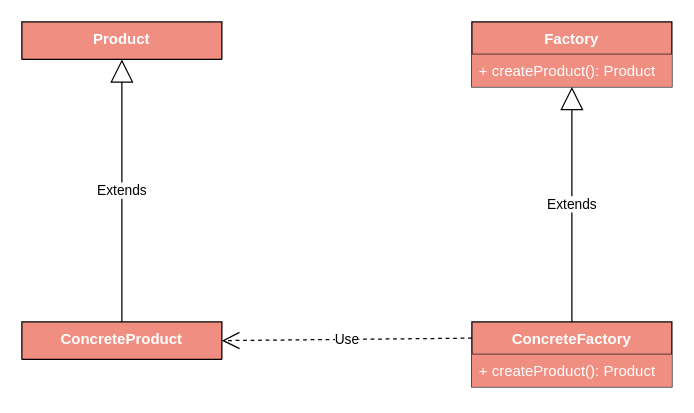
Before: docs/drawio/FactoryMethod.drawio in CodePoem/VDesignPatterns, a draw.io diagram. Source tidied: cells renumbered, new cells numbered last; positions are measured from the earlier drawing's top-left corner, leaving out a move shared by most shapes. Both pictures are drawn from the tidied source at 125%, with x=0, y=0 at pixel (21, 21).
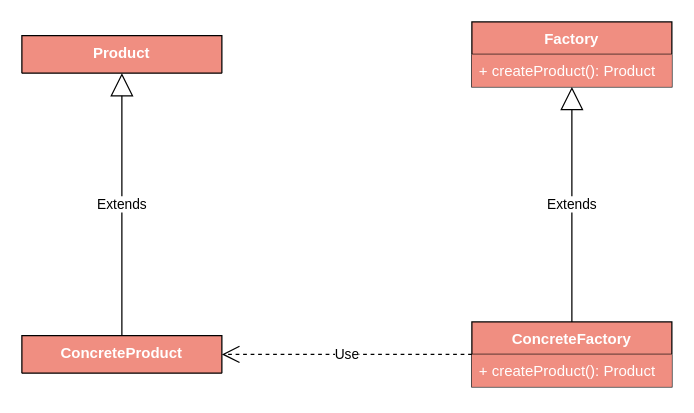
The same diagram, later.

Diff of the diagram source:
```diff
@@
 <mxGraphModel>
   <root>
     <mxCell id="0" />
     <mxCell id="1" parent="0" />
     <mxCell id="2" value="Factory" style="swimlane;fontStyle=1;align=center;verticalAlign=top;horizontal=1;startSize=26;fillColor=#F08E81;fontColor=#FFFFFF;" parent="1" vertex="1">
       <mxGeometry x="360" width="160" height="52" as="geometry" />
     </mxCell>
     <mxCell id="3" value="+ createProduct(): Product&#10;" style="text;strokeColor=none;fillColor=#F08E81;align=left;verticalAlign=top;spacingLeft=4;spacingRight=4;overflow=hidden;fontColor=#FFFFFF;" parent="2" vertex="1">
       <mxGeometry y="26" width="160" height="26" as="geometry" />
     </mxCell>
     <mxCell id="4" value="ConcreteFactory" style="swimlane;fontStyle=1;align=center;verticalAlign=top;horizontal=1;startSize=26;fillColor=#F08E81;fontColor=#FFFFFF;" parent="1" vertex="1">
       <mxGeometry x="360" y="240" width="160" height="52" as="geometry" />
     </mxCell>
     <mxCell id="5" value="+ createProduct(): Product&#10;" style="text;strokeColor=none;fillColor=#F08E81;align=left;verticalAlign=top;spacingLeft=4;spacingRight=4;overflow=hidden;fontColor=#FFFFFF;" parent="4" vertex="1">
       <mxGeometry y="26" width="160" height="26" as="geometry" />
     </mxCell>
     <mxCell id="6" value="Extends" style="endArrow=block;endSize=16;endFill=0;html=1;fontColor=#000000;entryX=0.5;entryY=1;entryDx=0;entryDy=0;exitX=0.5;exitY=0;exitDx=0;exitDy=0;" parent="1" edge="1" source="4" target="2">
       <mxGeometry relative="1" as="geometry" />
     </mxCell>
     <mxCell id="7" value="Product" style="swimlane;fontStyle=1;align=center;verticalAlign=top;horizontal=1;startSize=30;fillColor=#F08E81;fontColor=#FFFFFF;" parent="1" vertex="1">
-      <mxGeometry width="160" height="30" as="geometry" />
+      <mxGeometry y="11" width="160" height="30" as="geometry" />
     </mxCell>
     <mxCell id="8" value="ConcreteProduct" style="swimlane;fontStyle=1;align=center;verticalAlign=top;horizontal=1;startSize=30;fillColor=#F08E81;fontColor=#FFFFFF;" parent="1" vertex="1">
-      <mxGeometry y="240" width="160" height="30" as="geometry" />
+      <mxGeometry y="251" width="160" height="30" as="geometry" />
     </mxCell>
     <mxCell id="9" value="Extends" style="endArrow=block;endSize=16;endFill=0;html=1;fontColor=#000000;entryX=0.5;entryY=1;entryDx=0;entryDy=0;exitX=0.5;exitY=0;exitDx=0;exitDy=0;" parent="1" edge="1" source="8" target="7">
       <mxGeometry relative="1" as="geometry" />
     </mxCell>
-    <mxCell id="10" value="Use" style="endArrow=open;endSize=12;dashed=1;html=1;fontColor=#000000;entryX=1;entryY=0.5;entryDx=0;entryDy=0;exitX=0;exitY=0.25;exitDx=0;exitDy=0;" parent="1" edge="1" source="4" target="8">
+    <mxCell id="10" value="Use" style="endArrow=open;endSize=12;dashed=1;html=1;fontColor=#000000;entryX=1;entryY=0.5;entryDx=0;entryDy=0;exitX=0;exitY=0.5;exitDx=0;exitDy=0;" parent="1" edge="1" source="4" target="8">
       <mxGeometry relative="1" as="geometry" />
     </mxCell>
   </root>
 </mxGraphModel>
```
